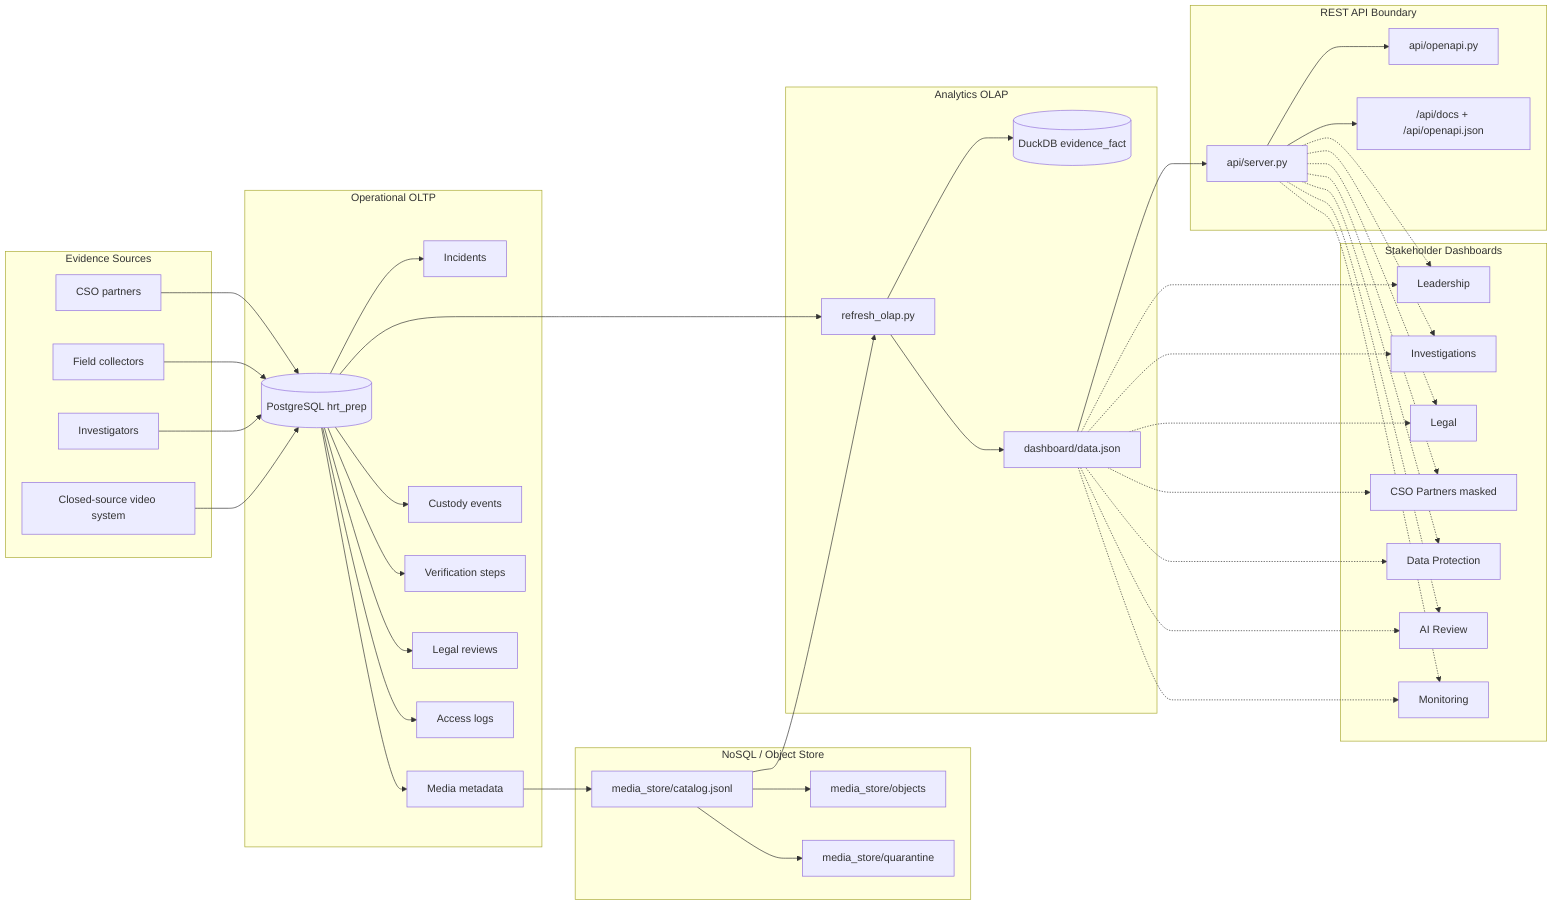
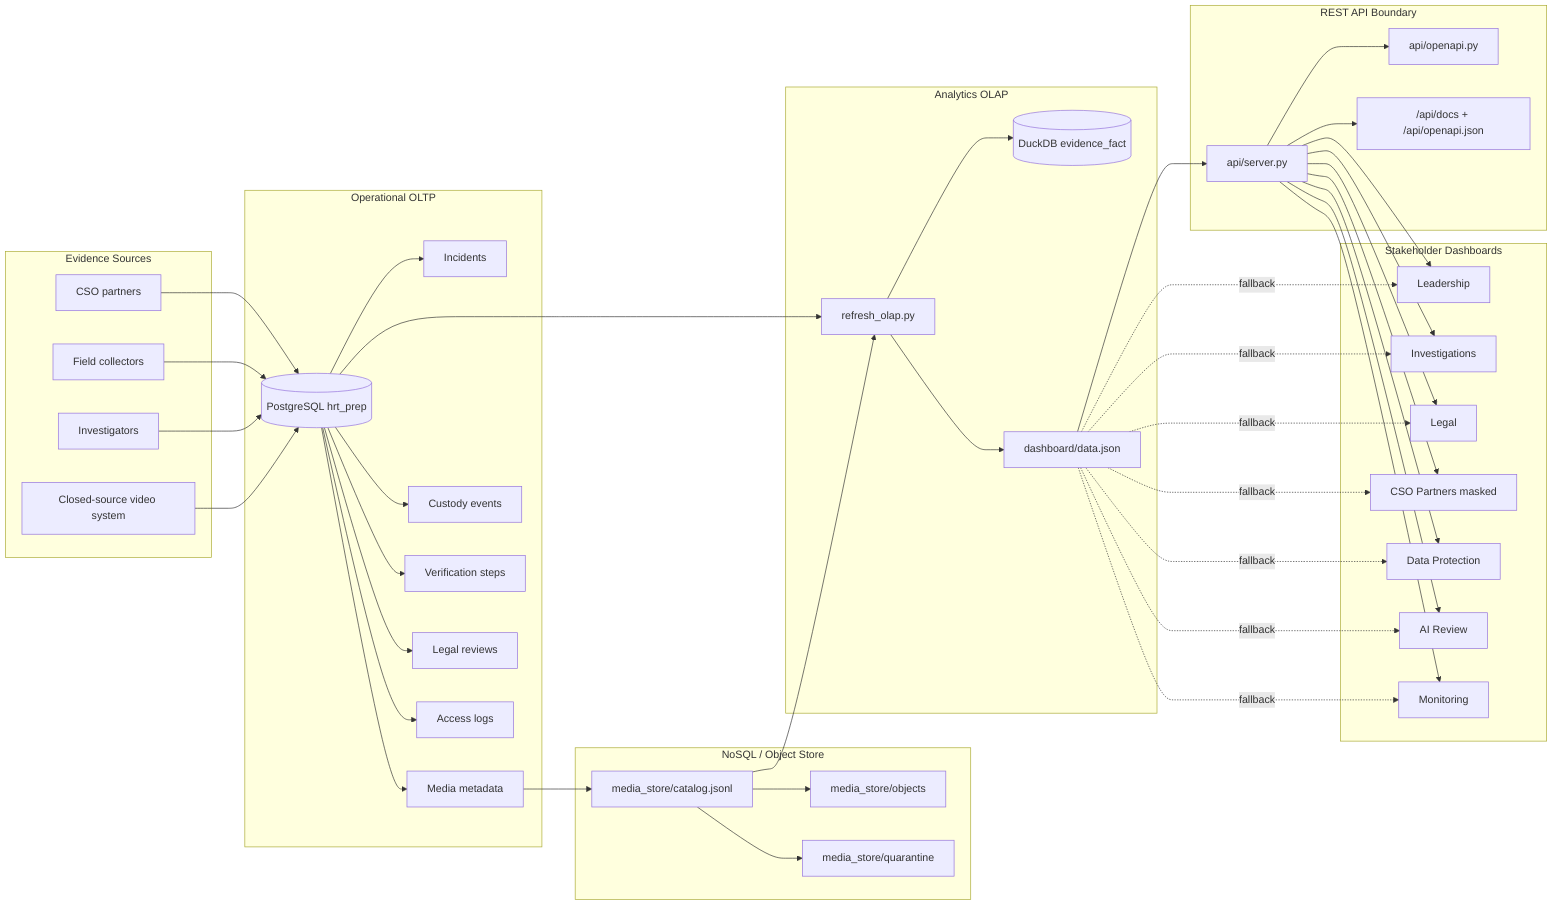
flowchart LR
    subgraph Sources[Evidence Sources]
        CSO[CSO partners]
        Field[Field collectors]
        Inv[Investigators]
        Vendor[Closed-source video system]
    end

    subgraph OLTP[Operational OLTP]
        PG[("PostgreSQL hrt_prep")]
        Incidents[Incidents]
        Media[Media metadata]
        Custody[Custody events]
        Verify[Verification steps]
        Legal[Legal reviews]
        Access[Access logs]
    end

    subgraph ObjectStore[NoSQL / Object Store]
        Catalog["media_store/catalog.jsonl"]
        Objects["media_store/objects"]
        Quarantine["media_store/quarantine"]
    end

    subgraph OLAP[Analytics OLAP]
        ETL["refresh_olap.py"]
        Duck[(DuckDB evidence_fact)]
        Snapshot["dashboard/data.json"]
    end

    subgraph API[REST API Boundary]
        ApiServer["api/server.py"]
        ApiContract["api/openapi.py"]
        ApiDocs["/api/docs + /api/openapi.json"]
    end

    subgraph Dashboard[Stakeholder Dashboards]
        Lead[Leadership]
        Ops[Investigations]
        Law[Legal]
        Partner[CSO Partners masked]
        DP[Data Protection]
        AI[AI Review]
        Mon[Monitoring]
    end

    CSO --> PG
    Field --> PG
    Inv --> PG
    Vendor --> PG
    PG --> Incidents
    PG --> Media
    PG --> Custody
    PG --> Verify
    PG --> Legal
    PG --> Access
    Media --> Catalog
    Catalog --> Objects
    Catalog --> Quarantine
    PG --> ETL
    Catalog --> ETL
    ETL --> Duck
    ETL --> Snapshot
    Snapshot --> ApiServer
    ApiServer --> ApiContract
    ApiServer --> ApiDocs
-     Snapshot -.-> Lead
-     Snapshot -.-> Ops
-     Snapshot -.-> Law
-     Snapshot -.-> Partner
-     Snapshot -.-> DP
-     Snapshot -.-> AI
-     Snapshot -.-> Mon
-     ApiServer -.-> Lead
-     ApiServer -.-> Ops
-     ApiServer -.-> Law
-     ApiServer -.-> Partner
-     ApiServer -.-> DP
-     ApiServer -.-> AI
-     ApiServer -.-> Mon
+     ApiServer --> Lead
+     ApiServer --> Ops
+     ApiServer --> Law
+     ApiServer --> Partner
+     ApiServer --> DP
+     ApiServer --> AI
+     ApiServer --> Mon
+     Snapshot -. fallback .-> Lead
+     Snapshot -. fallback .-> Ops
+     Snapshot -. fallback .-> Law
+     Snapshot -. fallback .-> Partner
+     Snapshot -. fallback .-> DP
+     Snapshot -. fallback .-> AI
+     Snapshot -. fallback .-> Mon
